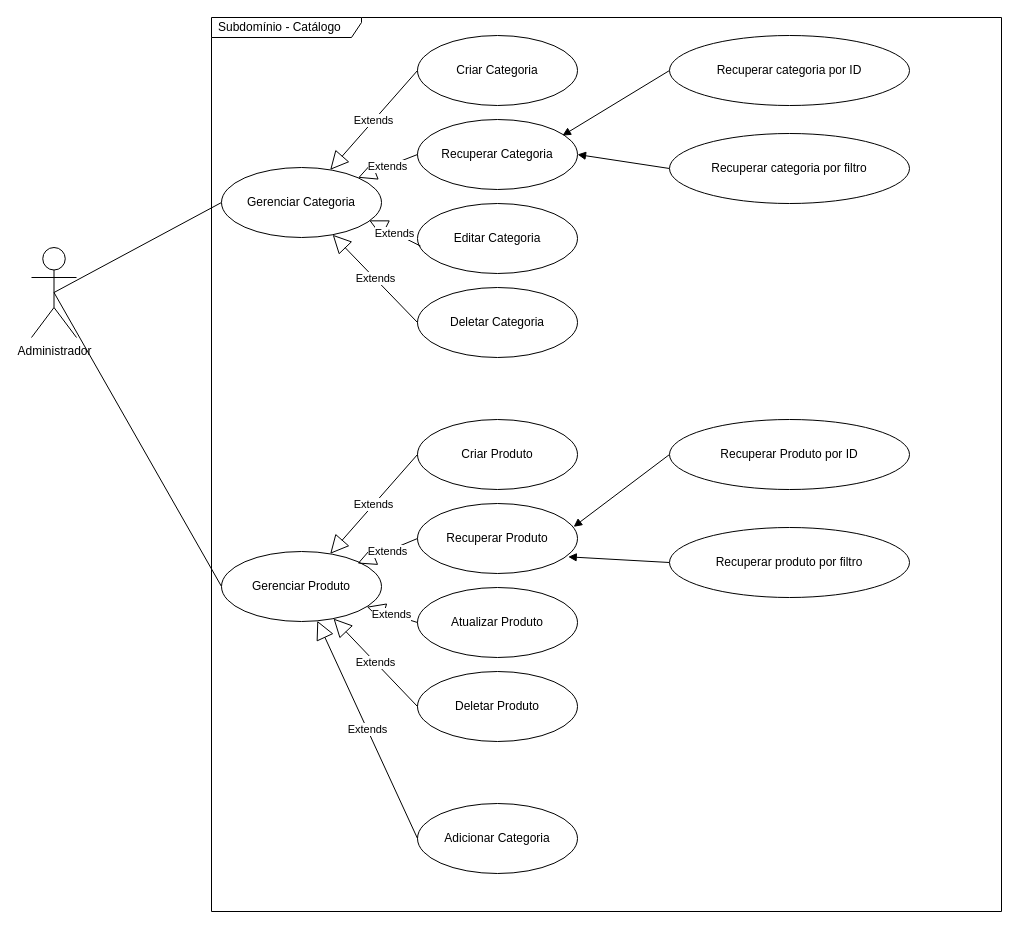
Earlier version of the draw.io diagram page "Subdomínio - Catálogo" (2 of 2) of requirements/ecommerce-caso-uso.drawio (cleilsonalvino/ecommerce-node-api). Source tidied: cells renumbered, new cells numbered last; positions are measured from the earlier drawing's top-left corner, leaving out a move shared by most shapes. Both pictures are drawn from the tidied source at 100%, with x=0, y=0 at pixel (31, 17).
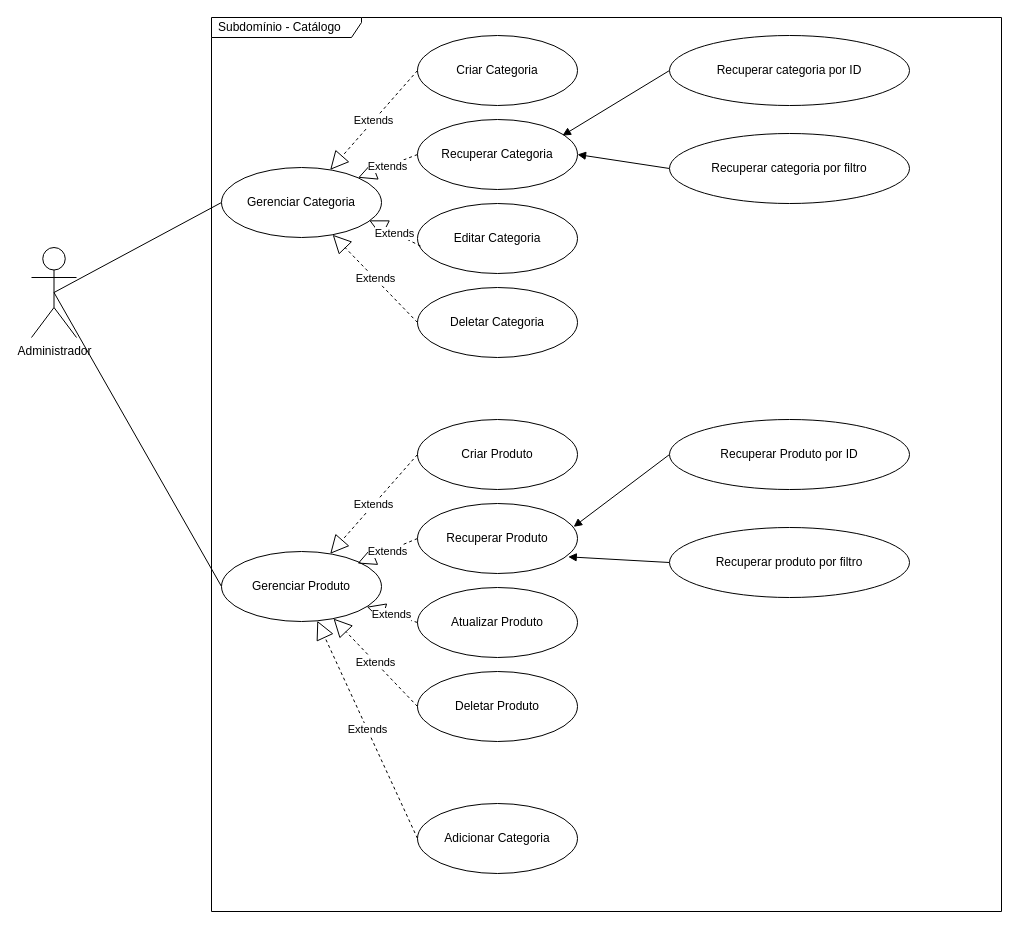
Above is the later version.

Unchanged cells that the change refers to:
```xml
<mxCell id="5" value="Gerenciar Produto" style="ellipse;whiteSpace=wrap;html=1;" parent="1" vertex="1">
  <mxGeometry x="190" y="534" width="160" height="70" as="geometry" />
</mxCell>
<mxCell id="7" value="Gerenciar Categoria" style="ellipse;whiteSpace=wrap;html=1;" parent="1" vertex="1">
  <mxGeometry x="190" y="150" width="160" height="70" as="geometry" />
</mxCell>
<mxCell id="8" value="Criar Categoria" style="ellipse;whiteSpace=wrap;html=1;" parent="1" vertex="1">
  <mxGeometry x="386" y="18" width="160" height="70" as="geometry" />
</mxCell>
<mxCell id="9" value="Recuperar Categoria" style="ellipse;whiteSpace=wrap;html=1;" parent="1" vertex="1">
  <mxGeometry x="386" y="102" width="160" height="70" as="geometry" />
</mxCell>
<mxCell id="10" value="Deletar Categoria" style="ellipse;whiteSpace=wrap;html=1;" parent="1" vertex="1">
  <mxGeometry x="386" y="270" width="160" height="70" as="geometry" />
</mxCell>
<mxCell id="11" value="Editar Categoria" style="ellipse;whiteSpace=wrap;html=1;" parent="1" vertex="1">
  <mxGeometry x="386" y="186" width="160" height="70" as="geometry" />
</mxCell>
<mxCell id="20" value="Criar Produto" style="ellipse;whiteSpace=wrap;html=1;" parent="1" vertex="1">
  <mxGeometry x="386" y="402" width="160" height="70" as="geometry" />
</mxCell>
<mxCell id="21" value="Recuperar Produto" style="ellipse;whiteSpace=wrap;html=1;" parent="1" vertex="1">
  <mxGeometry x="386" y="486" width="160" height="70" as="geometry" />
</mxCell>
<mxCell id="22" value="Atualizar Produto" style="ellipse;whiteSpace=wrap;html=1;" parent="1" vertex="1">
  <mxGeometry x="386" y="570" width="160" height="70" as="geometry" />
</mxCell>
<mxCell id="23" value="Deletar Produto" style="ellipse;whiteSpace=wrap;html=1;" parent="1" vertex="1">
  <mxGeometry x="386" y="654" width="160" height="70" as="geometry" />
</mxCell>
<mxCell id="32" value="Adicionar Categoria" style="ellipse;whiteSpace=wrap;html=1;" parent="1" vertex="1">
  <mxGeometry x="386" y="786" width="160" height="70" as="geometry" />
</mxCell>
```

What changed in the source:
```diff
@@
-    <mxCell id="12" value="Extends" style="endArrow=block;endSize=16;endFill=0;html=1;exitX=0;exitY=0.5;exitDx=0;exitDy=0;" parent="1" edge="1" source="8" target="7">
+    <mxCell id="12" value="Extends" style="endArrow=block;endSize=16;endFill=0;html=1;exitX=0;exitY=0.5;exitDx=0;exitDy=0;dashed=1;" parent="1" edge="1" source="8" target="7">
       <mxGeometry relative="1" as="geometry" />
     </mxCell>
-    <mxCell id="13" value="Extends" style="endArrow=block;endSize=16;endFill=0;html=1;exitX=0;exitY=0.5;exitDx=0;exitDy=0;entryX=1;entryY=0;entryDx=0;entryDy=0;" parent="1" edge="1" source="9" target="7">
+    <mxCell id="13" value="Extends" style="endArrow=block;endSize=16;endFill=0;html=1;exitX=0;exitY=0.5;exitDx=0;exitDy=0;entryX=1;entryY=0;entryDx=0;entryDy=0;dashed=1;" parent="1" edge="1" source="9" target="7">
       <mxGeometry relative="1" as="geometry" />
     </mxCell>
-    <mxCell id="14" value="Extends" style="endArrow=block;endSize=16;endFill=0;html=1;exitX=0.019;exitY=0.608;exitDx=0;exitDy=0;entryX=0.923;entryY=0.755;entryDx=0;entryDy=0;exitPerimeter=0;entryPerimeter=0;" parent="1" edge="1" source="11" target="7">
+    <mxCell id="14" value="Extends" style="endArrow=block;endSize=16;endFill=0;html=1;exitX=0.019;exitY=0.608;exitDx=0;exitDy=0;entryX=0.923;entryY=0.755;entryDx=0;entryDy=0;exitPerimeter=0;entryPerimeter=0;dashed=1;" parent="1" edge="1" source="11" target="7">
       <mxGeometry relative="1" as="geometry" />
     </mxCell>
-    <mxCell id="15" value="Extends" style="endArrow=block;endSize=16;endFill=0;html=1;exitX=0;exitY=0.5;exitDx=0;exitDy=0;" parent="1" edge="1" source="10" target="7">
+    <mxCell id="15" value="Extends" style="endArrow=block;endSize=16;endFill=0;html=1;exitX=0;exitY=0.5;exitDx=0;exitDy=0;dashed=1;" parent="1" edge="1" source="10" target="7">
       <mxGeometry relative="1" as="geometry" />
     </mxCell>
@@
-    <mxCell id="24" value="Extends" style="endArrow=block;endSize=16;endFill=0;html=1;exitX=0;exitY=0.5;exitDx=0;exitDy=0;" parent="1" edge="1" source="20" target="5">
+    <mxCell id="24" value="Extends" style="endArrow=block;endSize=16;endFill=0;html=1;exitX=0;exitY=0.5;exitDx=0;exitDy=0;dashed=1;" parent="1" edge="1" source="20" target="5">
       <mxGeometry relative="1" as="geometry" />
     </mxCell>
-    <mxCell id="25" value="Extends" style="endArrow=block;endSize=16;endFill=0;html=1;exitX=0;exitY=0.5;exitDx=0;exitDy=0;" parent="1" edge="1" source="21">
+    <mxCell id="25" value="Extends" style="endArrow=block;endSize=16;endFill=0;html=1;exitX=0;exitY=0.5;exitDx=0;exitDy=0;dashed=1;" parent="1" edge="1" source="21">
       <mxGeometry relative="1" as="geometry">
         <mxPoint x="326" y="546" as="targetPoint" />
       </mxGeometry>
     </mxCell>
-    <mxCell id="26" value="Extends" style="endArrow=block;endSize=16;endFill=0;html=1;exitX=0;exitY=0.5;exitDx=0;exitDy=0;" parent="1" edge="1" source="22" target="5">
+    <mxCell id="26" value="Extends" style="endArrow=block;endSize=16;endFill=0;html=1;exitX=0;exitY=0.5;exitDx=0;exitDy=0;dashed=1;" parent="1" edge="1" source="22" target="5">
       <mxGeometry relative="1" as="geometry" />
     </mxCell>
-    <mxCell id="27" value="Extends" style="endArrow=block;endSize=16;endFill=0;html=1;exitX=0;exitY=0.5;exitDx=0;exitDy=0;entryX=0.7;entryY=0.958;entryDx=0;entryDy=0;entryPerimeter=0;" parent="1" edge="1" source="23" target="5">
+    <mxCell id="27" value="Extends" style="endArrow=block;endSize=16;endFill=0;html=1;exitX=0;exitY=0.5;exitDx=0;exitDy=0;entryX=0.7;entryY=0.958;entryDx=0;entryDy=0;entryPerimeter=0;dashed=1;" parent="1" edge="1" source="23" target="5">
       <mxGeometry relative="1" as="geometry" />
     </mxCell>
@@
-    <mxCell id="33" value="Extends" style="endArrow=block;endSize=16;endFill=0;html=1;exitX=0;exitY=0.5;exitDx=0;exitDy=0;" parent="1" edge="1" source="32" target="5">
+    <mxCell id="33" value="Extends" style="endArrow=block;endSize=16;endFill=0;html=1;exitX=0;exitY=0.5;exitDx=0;exitDy=0;dashed=1;" parent="1" edge="1" source="32" target="5">
       <mxGeometry relative="1" as="geometry" />
     </mxCell>
```
